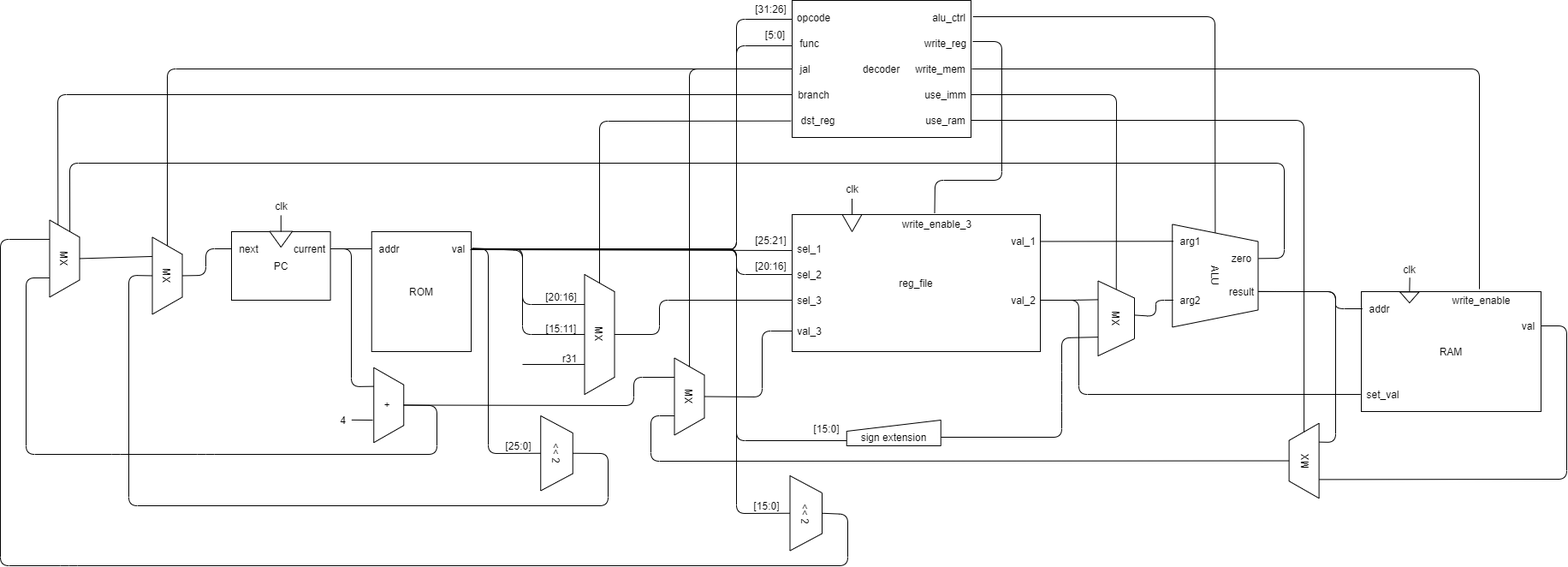
Above: doc/img/architecture.drawio.png in 0n1shi/fpga-mips (draw.io), before the change. Source tidied: cells renumbered, new cells last; positions are measured from the earlier drawing's top-left corner, leaving out a move shared by most shapes.
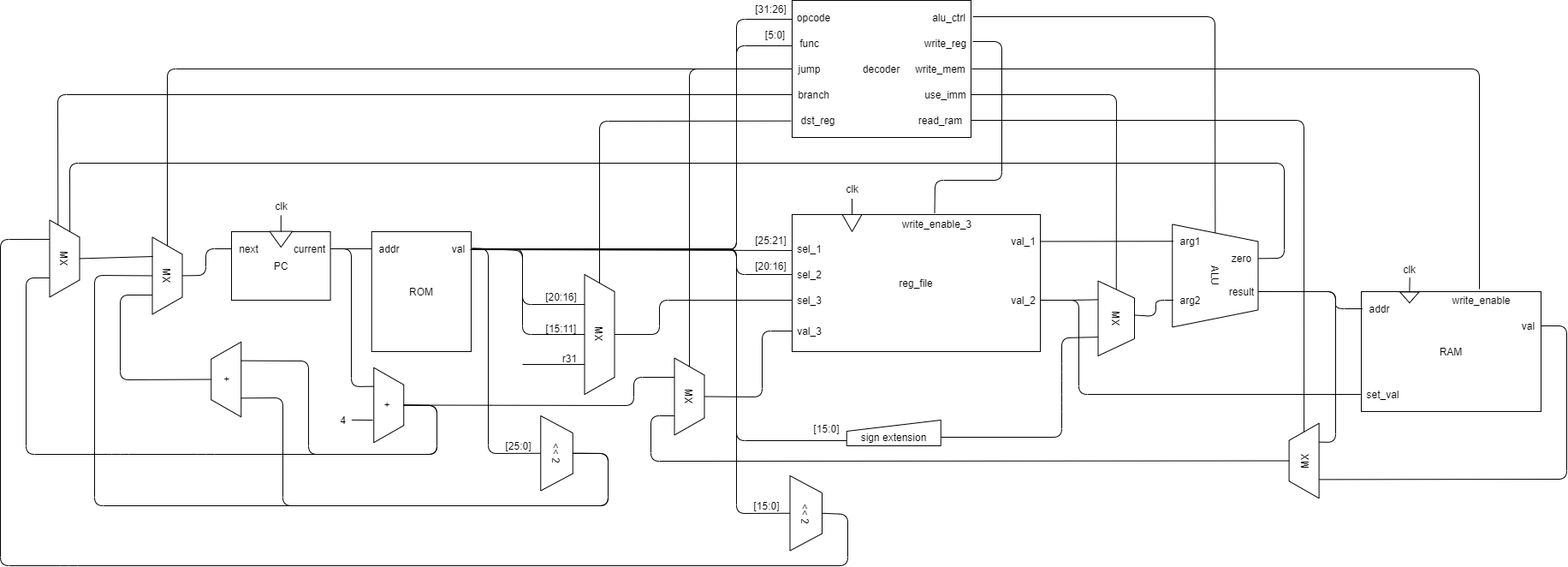
The same diagram one commit later.

Diff of the diagram source:
```diff
@@ -337,8 +337,8 @@
         <Array as="points">
           <mxPoint x="710" y="529" />
           <mxPoint x="710" y="590" />
-          <mxPoint x="150" y="590" />
-          <mxPoint x="150" y="321" />
+          <mxPoint x="110" y="590" />
+          <mxPoint x="110" y="321" />
         </Array>
       </mxGeometry>
     </mxCell>
@@ -461,7 +461,7 @@
       <mxGeometry x="870" y="580" width="50" height="20" as="geometry" />
     </mxCell>
     <mxCell id="98" style="group;" parent="1" vertex="1">
-      <mxGeometry x="925" width="209" height="160" as="geometry" />
+      <mxGeometry x="925" width="214" height="160" as="geometry" />
     </mxCell>
     <mxCell id="99" value="decoder" style="rounded=0;whiteSpace=wrap;html=1;" parent="98" vertex="1">
       <mxGeometry width="209" height="160" as="geometry" />
@@ -487,11 +487,11 @@
     <mxCell id="106" value="dst_reg" style="text;html=1;align=center;verticalAlign=middle;points=[];" parent="98" vertex="1">
       <mxGeometry y="130" width="60" height="20" as="geometry" />
     </mxCell>
-    <mxCell id="107" value="jal" style="text;html=1;align=center;verticalAlign=middle;points=[];" parent="98" vertex="1">
-      <mxGeometry y="70" width="30" height="20" as="geometry" />
+    <mxCell id="107" value="jump" style="text;html=1;align=center;verticalAlign=middle;points=[];" parent="98" vertex="1">
+      <mxGeometry y="70" width="40" height="20" as="geometry" />
     </mxCell>
-    <mxCell id="108" value="use_ram" style="text;html=1;align=center;verticalAlign=middle;points=[];" parent="98" vertex="1">
-      <mxGeometry x="149" y="130" width="60" height="20" as="geometry" />
+    <mxCell id="108" value="read_ram" style="text;html=1;align=center;verticalAlign=middle;points=[];" parent="98" vertex="1">
+      <mxGeometry x="138" y="130" width="70" height="20" as="geometry" />
     </mxCell>
     <mxCell id="109" value="branch" style="text;html=1;align=center;verticalAlign=middle;points=[];" parent="98" vertex="1">
       <mxGeometry y="100" width="50" height="20" as="geometry" />
@@ -502,8 +502,10 @@
     <mxCell id="111" value="MX" style="shape=trapezoid;perimeter=trapezoidPerimeter;whiteSpace=wrap;html=1;fixedSize=1;align=center;rotation=90;" parent="1" vertex="1">
       <mxGeometry x="30" y="283.9" width="90" height="35" as="geometry" />
     </mxCell>
-    <mxCell id="112" style="endArrow=none;html=1;exitX=0.5;exitY=0;exitDx=0;exitDy=0;entryX=0.25;entryY=1;entryDx=0;entryDy=0;" parent="1" edge="1" source="111" target="77">
-      <mxGeometry relative="1" as="geometry" />
+    <mxCell id="112" style="endArrow=none;html=1;exitX=0.5;exitY=0;exitDx=0;exitDy=0;" parent="1" edge="1" source="111">
+      <mxGeometry relative="1" as="geometry">
+        <mxPoint x="178" y="299" as="targetPoint" />
+      </mxGeometry>
     </mxCell>
     <mxCell id="113" style="endArrow=none;html=1;entryX=0;entryY=0.25;entryDx=0;entryDy=0;exitX=1;exitY=0.495;exitDx=0;exitDy=0;exitPerimeter=0;" parent="1" edge="1" source="110" target="111">
       <mxGeometry relative="1" as="geometry">
@@ -521,5 +523,36 @@
         </Array>
       </mxGeometry>
     </mxCell>
+    <mxCell id="115" value="+" style="shape=trapezoid;perimeter=trapezoidPerimeter;whiteSpace=wrap;html=1;fixedSize=1;align=center;rotation=-90;" parent="1" vertex="1">
+      <mxGeometry x="220" y="425" width="87.5" height="35" as="geometry" />
+    </mxCell>
+    <mxCell id="116" style="endArrow=none;html=1;entryX=0.5;entryY=0;entryDx=0;entryDy=0;exitX=0.75;exitY=1;exitDx=0;exitDy=0;" parent="1" edge="1" source="115" target="46">
+      <mxGeometry relative="1" as="geometry">
+        <Array as="points">
+          <mxPoint x="360" y="421" />
+          <mxPoint x="360" y="530" />
+          <mxPoint x="510" y="530" />
+          <mxPoint x="510" y="473" />
+        </Array>
+      </mxGeometry>
+    </mxCell>
+    <mxCell id="117" style="endArrow=none;html=1;entryX=0.5;entryY=0;entryDx=0;entryDy=0;exitX=0.25;exitY=1;exitDx=0;exitDy=0;" parent="1" edge="1" source="115" target="73">
+      <mxGeometry relative="1" as="geometry">
+        <Array as="points">
+          <mxPoint x="330" y="464" />
+          <mxPoint x="330" y="590" />
+          <mxPoint x="710" y="590" />
+          <mxPoint x="710" y="529" />
+        </Array>
+      </mxGeometry>
+    </mxCell>
+    <mxCell id="118" style="endArrow=none;html=1;entryX=0.5;entryY=0;entryDx=0;entryDy=0;exitX=0.75;exitY=1;exitDx=0;exitDy=0;" parent="1" edge="1" source="77" target="115">
+      <mxGeometry relative="1" as="geometry">
+        <Array as="points">
+          <mxPoint x="140" y="344" />
+          <mxPoint x="140" y="443" />
+        </Array>
+      </mxGeometry>
+    </mxCell>
   </root>
 </mxGraphModel>
```
